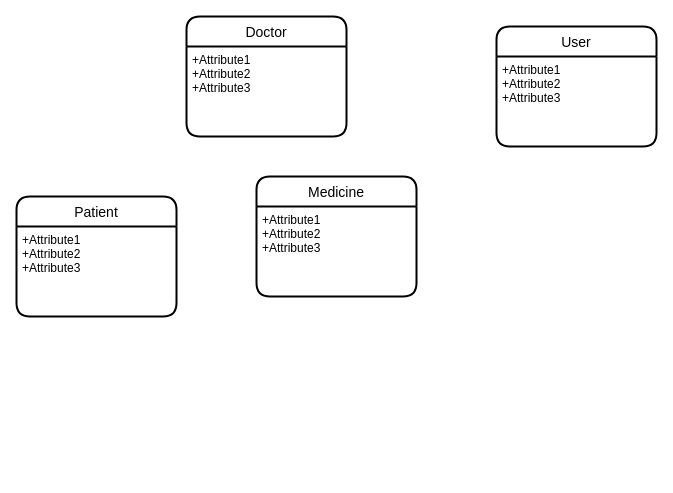
The draw.io diagram Untitled Diagram.drawio in yasharzb/Health-Management, before the edit. Source tidied: cells renumbered, new cells numbered last; positions are measured from the earlier drawing's top-left corner, leaving out a move shared by most shapes. Both pictures are drawn from the tidied source at 100%, with x=0, y=0 at pixel (16, 16).
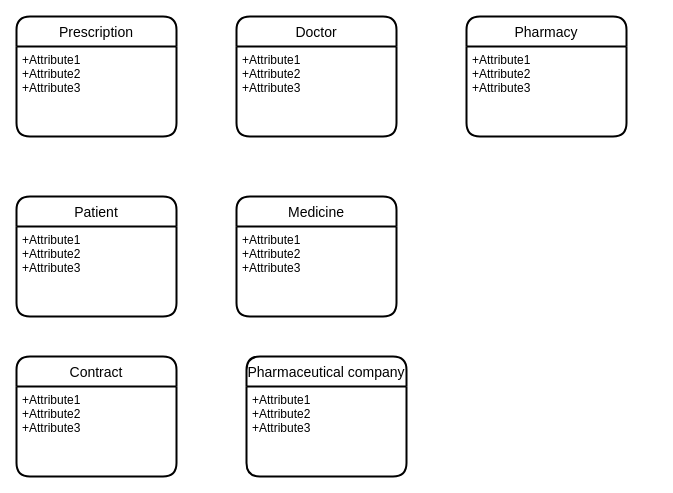
The same page after the edit.

What changed in the source:
```diff
@@
 <mxGraphModel>
   <root>
     <mxCell id="0" />
     <mxCell id="1" parent="0" />
     <mxCell id="2" value="Doctor" style="swimlane;horizontal=1;startSize=30;rounded=1;fontSize=14;fontStyle=0;strokeWidth=2;shadow=0;dashed=0;align=center;" parent="1" vertex="1">
-      <mxGeometry x="170" width="160" height="120" as="geometry" />
+      <mxGeometry x="220" width="160" height="120" as="geometry" />
     </mxCell>
     <mxCell id="3" value="+Attribute1&#10;+Attribute2&#10;+Attribute3" style="align=left;strokeColor=none;fillColor=none;spacingLeft=4;fontSize=12;verticalAlign=top;" parent="2" vertex="1">
       <mxGeometry y="30" width="160" height="90" as="geometry" />
     </mxCell>
     <mxCell id="4" value="Medicine" style="swimlane;horizontal=1;startSize=30;rounded=1;fontSize=14;fontStyle=0;strokeWidth=2;shadow=0;dashed=0;align=center;" parent="1" vertex="1">
-      <mxGeometry x="240" y="160" width="160" height="120" as="geometry" />
+      <mxGeometry x="220" y="180" width="160" height="120" as="geometry" />
     </mxCell>
     <mxCell id="5" value="+Attribute1&#10;+Attribute2&#10;+Attribute3" style="align=left;strokeColor=none;fillColor=none;spacingLeft=4;fontSize=12;verticalAlign=top;" parent="4" vertex="1">
       <mxGeometry y="30" width="160" height="90" as="geometry" />
     </mxCell>
-    <mxCell id="6" value="User" style="swimlane;horizontal=1;startSize=30;rounded=1;fontSize=14;fontStyle=0;strokeWidth=2;shadow=0;dashed=0;align=center;" parent="1" vertex="1">
-      <mxGeometry x="480" y="10" width="160" height="120" as="geometry" />
-    </mxCell>
-    <mxCell id="7" value="+Attribute1&#10;+Attribute2&#10;+Attribute3" style="align=left;strokeColor=none;fillColor=none;spacingLeft=4;fontSize=12;verticalAlign=top;" parent="6" vertex="1">
-      <mxGeometry y="30" width="160" height="90" as="geometry" />
-    </mxCell>
     <mxCell id="8" value="Patient" style="swimlane;horizontal=1;startSize=30;rounded=1;fontSize=14;fontStyle=0;strokeWidth=2;shadow=0;dashed=0;align=center;" parent="1" vertex="1">
       <mxGeometry y="180" width="160" height="120" as="geometry" />
     </mxCell>
     <mxCell id="9" value="+Attribute1&#10;+Attribute2&#10;+Attribute3" style="align=left;strokeColor=none;fillColor=none;spacingLeft=4;fontSize=12;verticalAlign=top;" parent="8" vertex="1">
       <mxGeometry y="30" width="160" height="90" as="geometry" />
     </mxCell>
+    <mxCell id="10" value="Contract" style="swimlane;horizontal=1;startSize=30;rounded=1;fontSize=14;fontStyle=0;strokeWidth=2;shadow=0;dashed=0;align=center;" parent="1" vertex="1">
+      <mxGeometry y="340" width="160" height="120" as="geometry" />
+    </mxCell>
+    <mxCell id="11" value="+Attribute1&#10;+Attribute2&#10;+Attribute3" style="align=left;strokeColor=none;fillColor=none;spacingLeft=4;fontSize=12;verticalAlign=top;" parent="10" vertex="1">
+      <mxGeometry y="30" width="160" height="90" as="geometry" />
+    </mxCell>
+    <mxCell id="12" value="Pharmaceutical company" style="swimlane;horizontal=1;startSize=30;rounded=1;fontSize=14;fontStyle=0;strokeWidth=2;shadow=0;dashed=0;align=center;" parent="1" vertex="1">
+      <mxGeometry x="230" y="340" width="160" height="120" as="geometry" />
+    </mxCell>
+    <mxCell id="13" value="+Attribute1&#10;+Attribute2&#10;+Attribute3" style="align=left;strokeColor=none;fillColor=none;spacingLeft=4;fontSize=12;verticalAlign=top;" parent="12" vertex="1">
+      <mxGeometry y="30" width="160" height="90" as="geometry" />
+    </mxCell>
+    <mxCell id="14" value="Pharmacy" style="swimlane;horizontal=1;startSize=30;rounded=1;fontSize=14;fontStyle=0;strokeWidth=2;shadow=0;dashed=0;align=center;" parent="1" vertex="1">
+      <mxGeometry x="450" width="160" height="120" as="geometry" />
+    </mxCell>
+    <mxCell id="15" value="+Attribute1&#10;+Attribute2&#10;+Attribute3" style="align=left;strokeColor=none;fillColor=none;spacingLeft=4;fontSize=12;verticalAlign=top;" parent="14" vertex="1">
+      <mxGeometry y="30" width="160" height="90" as="geometry" />
+    </mxCell>
+    <mxCell id="16" value="Prescription" style="swimlane;horizontal=1;startSize=30;rounded=1;fontSize=14;fontStyle=0;strokeWidth=2;shadow=0;dashed=0;align=center;" parent="1" vertex="1">
+      <mxGeometry width="160" height="120" as="geometry" />
+    </mxCell>
+    <mxCell id="17" value="+Attribute1&#10;+Attribute2&#10;+Attribute3" style="align=left;strokeColor=none;fillColor=none;spacingLeft=4;fontSize=12;verticalAlign=top;" parent="16" vertex="1">
+      <mxGeometry y="30" width="160" height="90" as="geometry" />
+    </mxCell>
   </root>
 </mxGraphModel>
```
